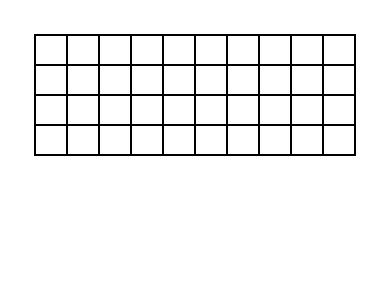
Before: upe.drawio in Jerseyshin/hello_world, a draw.io diagram. Source tidied: cells renumbered, new cells numbered last; positions are measured from the earlier drawing's top-left corner, leaving out a move shared by most shapes. Both pictures are drawn from the tidied source at 200%, with x=0, y=0 at pixel (34, 34).
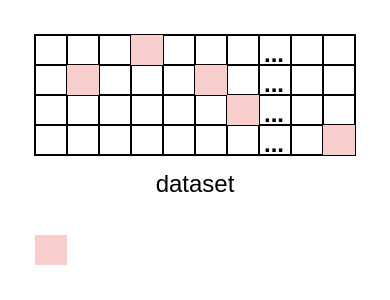
The same diagram, later.

The change refers to these unchanged cells:
```xml
<mxCell id="3" style="shape=tableRow;horizontal=0;startSize=0;swimlaneHead=0;swimlaneBody=0;strokeColor=inherit;top=0;left=0;bottom=0;right=0;fillColor=none;" parent="2" vertex="1">
  <mxGeometry width="160" height="15" as="geometry" />
</mxCell>
<mxCell id="14" style="shape=tableRow;horizontal=0;startSize=0;swimlaneHead=0;swimlaneBody=0;strokeColor=inherit;top=0;left=0;bottom=0;right=0;fillColor=none;" parent="2" vertex="1">
  <mxGeometry y="15" width="160" height="15" as="geometry" />
</mxCell>
<mxCell id="25" style="shape=tableRow;horizontal=0;startSize=0;swimlaneHead=0;swimlaneBody=0;strokeColor=inherit;top=0;left=0;bottom=0;right=0;fillColor=none;" parent="2" vertex="1">
  <mxGeometry y="30" width="160" height="15" as="geometry" />
</mxCell>
<mxCell id="36" style="shape=tableRow;horizontal=0;startSize=0;swimlaneHead=0;swimlaneBody=0;strokeColor=inherit;top=0;left=0;bottom=0;right=0;fillColor=none;" parent="2" vertex="1">
  <mxGeometry y="45" width="160" height="15" as="geometry" />
</mxCell>
```

Change to the diagram source:
```diff
@@
-    <mxCell id="7" style="shape=partialRectangle;html=1;whiteSpace=wrap;strokeColor=inherit;overflow=hidden;fillColor=none;top=0;left=0;bottom=0;right=0;" parent="3" vertex="1">
+    <mxCell id="7" style="shape=partialRectangle;html=1;whiteSpace=wrap;strokeColor=#b85450;overflow=hidden;fillColor=#f8cecc;top=0;left=0;bottom=0;right=0;" parent="3" vertex="1">
       <mxGeometry x="48" width="16" height="15" as="geometry" />
     </mxCell>
@@
-    <mxCell id="11" style="shape=partialRectangle;html=1;whiteSpace=wrap;strokeColor=inherit;overflow=hidden;fillColor=none;top=0;left=0;bottom=0;right=0;" parent="3" vertex="1">
+    <mxCell id="11" value="..." style="shape=partialRectangle;html=1;whiteSpace=wrap;strokeColor=inherit;overflow=hidden;fillColor=none;top=0;left=0;bottom=0;right=0;fontStyle=1;" parent="3" vertex="1">
       <mxGeometry x="112" width="16" height="15" as="geometry" />
     </mxCell>
@@
-    <mxCell id="16" style="shape=partialRectangle;html=1;whiteSpace=wrap;strokeColor=inherit;overflow=hidden;fillColor=none;top=0;left=0;bottom=0;right=0;" parent="14" vertex="1">
+    <mxCell id="16" style="shape=partialRectangle;html=1;whiteSpace=wrap;strokeColor=#b85450;overflow=hidden;fillColor=#f8cecc;top=0;left=0;bottom=0;right=0;" parent="14" vertex="1">
       <mxGeometry x="16" width="16" height="15" as="geometry" />
     </mxCell>
@@
-    <mxCell id="20" style="shape=partialRectangle;html=1;whiteSpace=wrap;strokeColor=inherit;overflow=hidden;fillColor=none;top=0;left=0;bottom=0;right=0;" parent="14" vertex="1">
+    <mxCell id="20" style="shape=partialRectangle;html=1;whiteSpace=wrap;strokeColor=#b85450;overflow=hidden;fillColor=#f8cecc;top=0;left=0;bottom=0;right=0;" parent="14" vertex="1">
       <mxGeometry x="80" width="16" height="15" as="geometry" />
     </mxCell>
@@
-    <mxCell id="22" style="shape=partialRectangle;html=1;whiteSpace=wrap;strokeColor=inherit;overflow=hidden;fillColor=none;top=0;left=0;bottom=0;right=0;" parent="14" vertex="1">
+    <mxCell id="22" value="..." style="shape=partialRectangle;html=1;whiteSpace=wrap;strokeColor=inherit;overflow=hidden;fillColor=none;top=0;left=0;bottom=0;right=0;fontStyle=1;" parent="14" vertex="1">
       <mxGeometry x="112" width="16" height="15" as="geometry" />
     </mxCell>
@@
-    <mxCell id="32" style="shape=partialRectangle;html=1;whiteSpace=wrap;strokeColor=inherit;overflow=hidden;fillColor=none;top=0;left=0;bottom=0;right=0;" parent="25" vertex="1">
+    <mxCell id="32" style="shape=partialRectangle;html=1;whiteSpace=wrap;strokeColor=#b85450;overflow=hidden;fillColor=#f8cecc;top=0;left=0;bottom=0;right=0;" parent="25" vertex="1">
       <mxGeometry x="96" width="16" height="15" as="geometry" />
     </mxCell>
-    <mxCell id="33" style="shape=partialRectangle;html=1;whiteSpace=wrap;strokeColor=inherit;overflow=hidden;fillColor=none;top=0;left=0;bottom=0;right=0;" parent="25" vertex="1">
+    <mxCell id="33" value="..." style="shape=partialRectangle;html=1;whiteSpace=wrap;strokeColor=inherit;overflow=hidden;fillColor=none;top=0;left=0;bottom=0;right=0;fontStyle=1;" parent="25" vertex="1">
       <mxGeometry x="112" width="16" height="15" as="geometry" />
     </mxCell>
@@
-    <mxCell id="44" style="shape=partialRectangle;html=1;whiteSpace=wrap;strokeColor=inherit;overflow=hidden;fillColor=none;top=0;left=0;bottom=0;right=0;" parent="36" vertex="1">
+    <mxCell id="44" value="..." style="shape=partialRectangle;html=1;whiteSpace=wrap;strokeColor=inherit;overflow=hidden;fillColor=none;top=0;left=0;bottom=0;right=0;fontStyle=1;" parent="36" vertex="1">
       <mxGeometry x="112" width="16" height="15" as="geometry" />
     </mxCell>
@@
-    <mxCell id="46" style="shape=partialRectangle;html=1;whiteSpace=wrap;strokeColor=inherit;overflow=hidden;fillColor=none;top=0;left=0;bottom=0;right=0;" parent="36" vertex="1">
+    <mxCell id="46" style="shape=partialRectangle;html=1;whiteSpace=wrap;strokeColor=#b85450;overflow=hidden;fillColor=#f8cecc;top=0;left=0;bottom=0;right=0;" parent="36" vertex="1">
       <mxGeometry x="144" width="16" height="15" as="geometry" />
     </mxCell>
+    <mxCell id="47" value="dataset" style="text;html=1;align=center;verticalAlign=middle;strokeColor=none;fillColor=none;" parent="1" vertex="1">
+      <mxGeometry x="50" y="60" width="60" height="30" as="geometry" />
+    </mxCell>
+    <mxCell id="48" style="shape=partialRectangle;html=1;whiteSpace=wrap;strokeColor=#b85450;overflow=hidden;fillColor=#f8cecc;top=0;left=0;bottom=0;right=0;labelBorderColor=none;" parent="1" vertex="1">
+      <mxGeometry y="100" width="16" height="15" as="geometry" />
+    </mxCell>
```
